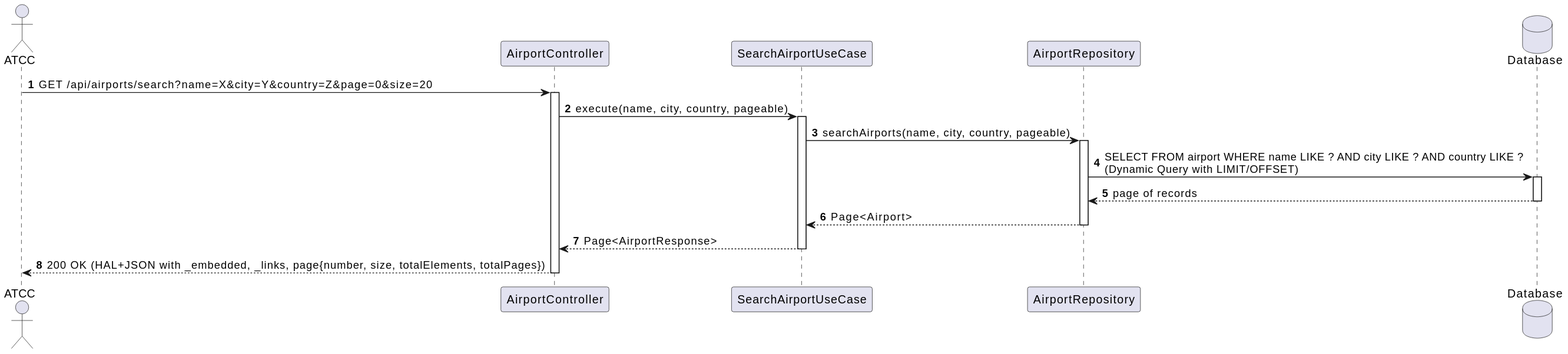
Before: docs/system-documentation/use-cases/WP2A/US108/svg/sd_us108.svg, a diagram exported from PlantUML (VascoMagolo/psoft_1231562_1241692_1242036_2db).
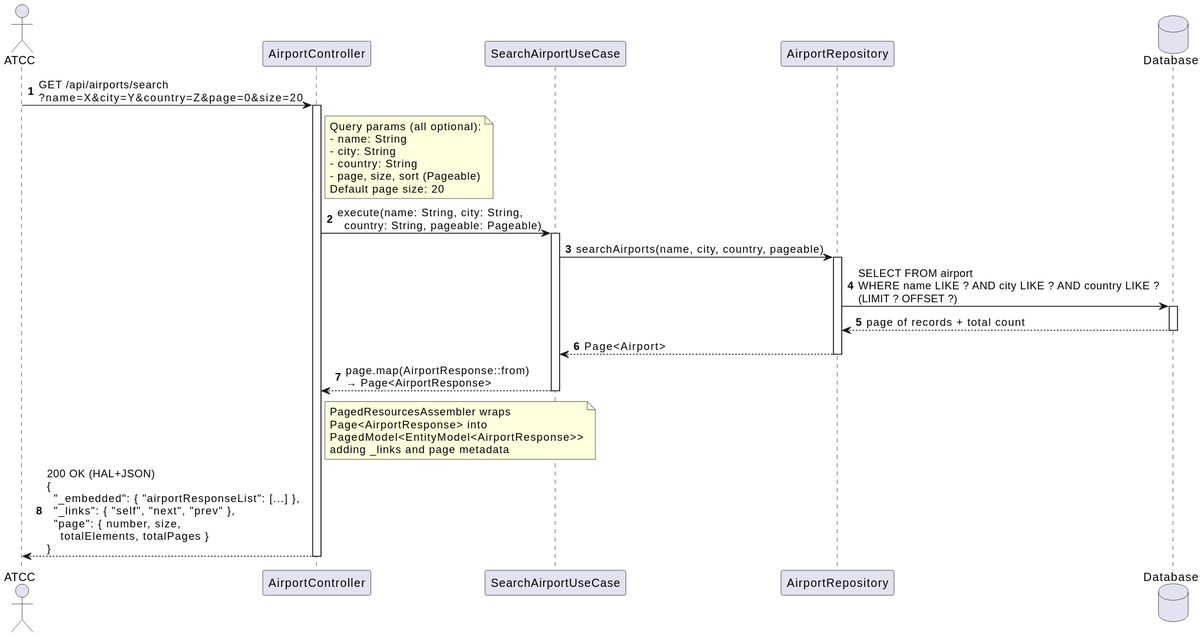
Later version of the same file.

Change to the diagram source:
```diff
@@ -6,24 +6,40 @@
 participant "AirportRepository" as Repo
 database "Database" as DB
 
-ATCC -> Ctrl : GET /api/airports/search?name=X&city=Y&country=Z&page=0&size=20
+ATCC -> Ctrl : GET /api/airports/search\n?name=X&city=Y&country=Z&page=0&size=20
 activate Ctrl
 
-Ctrl -> UC : execute(name, city, country, pageable)
+note right of Ctrl
+  Query params (all optional):
+  - name: String
+  - city: String
+  - country: String
+  - page, size, sort (Pageable)
+  Default page size: 20
+end note
+
+Ctrl -> UC : execute(name: String, city: String,\n  country: String, pageable: Pageable)
 activate UC
 
 UC -> Repo : searchAirports(name, city, country, pageable)
 activate Repo
-Repo -> DB : SELECT FROM airport WHERE name LIKE ? AND city LIKE ? AND country LIKE ?\n(Dynamic Query with LIMIT/OFFSET)
+Repo -> DB : SELECT FROM airport\nWHERE name LIKE ? AND city LIKE ? AND country LIKE ?\n(LIMIT ? OFFSET ?)
 activate DB
-DB --> Repo : page of records
+DB --> Repo : page of records + total count
 deactivate DB
 Repo --> UC : Page<Airport>
 deactivate Repo
 
-UC --> Ctrl : Page<AirportResponse>
+UC --> Ctrl : page.map(AirportResponse::from)\n→ Page<AirportResponse>
 deactivate UC
 
-Ctrl --> ATCC : 200 OK (HAL+JSON with _embedded, _links, page{number, size, totalElements, totalPages})
+note right of Ctrl
+  PagedResourcesAssembler wraps
+  Page<AirportResponse> into
+  PagedModel<EntityModel<AirportResponse>>
+  adding _links and page metadata
+end note
+
+Ctrl --> ATCC : 200 OK (HAL+JSON)\n{\n  "_embedded": { "airportResponseList": [...] },\n  "_links": { "self", "next", "prev" },\n  "page": { number, size,\n    totalElements, totalPages }\n}
 deactivate Ctrl
 @enduml
```
